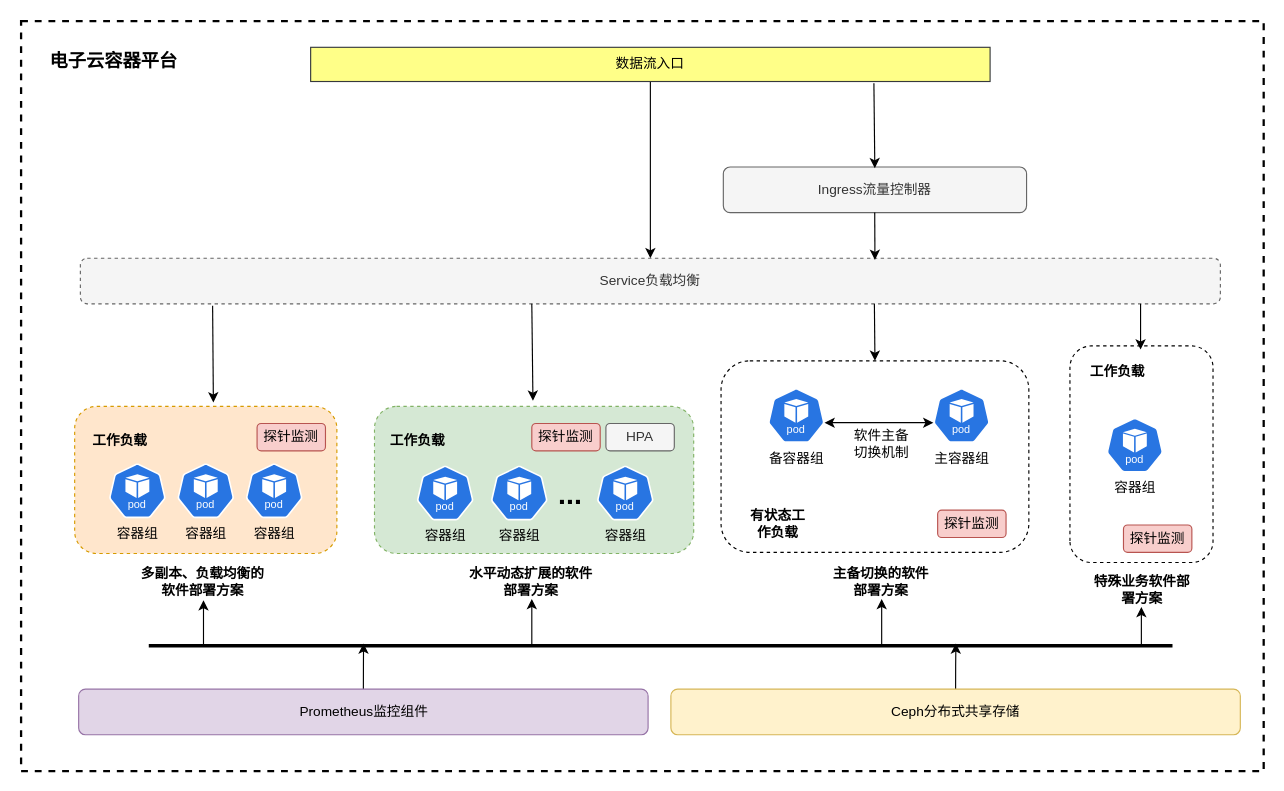
Earlier version of the draw.io diagram page "第 4 页" (4 of 4) of XW项目系统设计部署图.drawio (LingClassmate/diagrams). Source tidied: cells renumbered, new cells numbered last; positions are measured from the earlier drawing's top-left corner, leaving out a move shared by most shapes. Both pictures are drawn from the tidied source at 114%, with x=0, y=0 at pixel (21, 21).
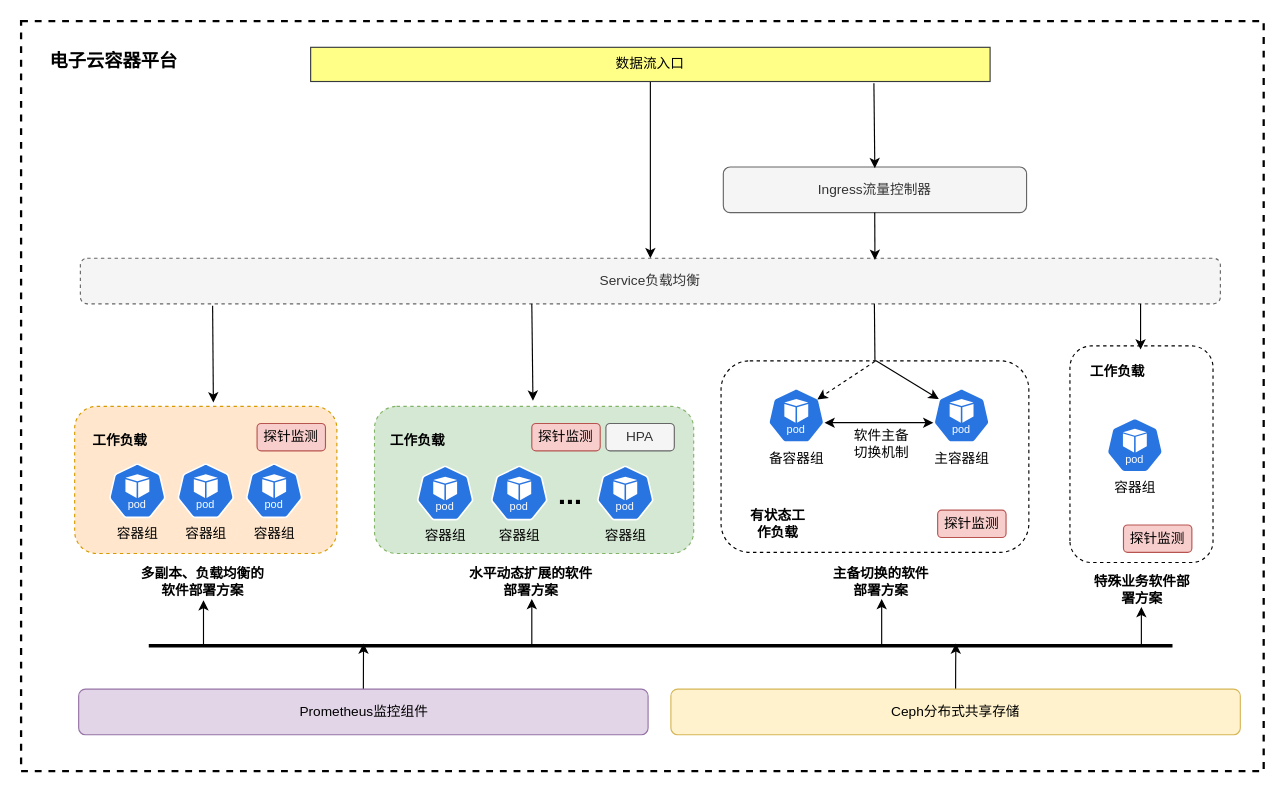
After the change.

Commit message:
更新XW项目系统设计部署图.drawio

The change refers to these unchanged cells:
```xml
<mxCell id="19" style="rounded=1;whiteSpace=wrap;html=1;dashed=1;rotation=0;" parent="1" vertex="1">
  <mxGeometry x="614" y="298" width="270" height="168" as="geometry" />
</mxCell>
<mxCell id="21" value="主容器组" style="sketch=0;html=1;dashed=0;whitespace=wrap;verticalLabelPosition=bottom;verticalAlign=top;fillColor=#2875E2;strokeColor=#ffffff;points=[[0.005,0.63,0],[0.1,0.2,0],[0.9,0.2,0],[0.5,0,0],[0.995,0.63,0],[0.72,0.99,0],[0.5,1,0],[0.28,0.99,0]];shape=mxgraph.kubernetes.icon2;kubernetesLabel=1;prIcon=pod;" parent="1" vertex="1">
  <mxGeometry x="800" y="322" width="50" height="48" as="geometry" />
</mxCell>
<mxCell id="22" value="备容器组" style="sketch=0;html=1;dashed=0;whitespace=wrap;verticalLabelPosition=bottom;verticalAlign=top;fillColor=#2875E2;strokeColor=#ffffff;points=[[0.005,0.63,0],[0.1,0.2,0],[0.9,0.2,0],[0.5,0,0],[0.995,0.63,0],[0.72,0.99,0],[0.5,1,0],[0.28,0.99,0]];shape=mxgraph.kubernetes.icon2;kubernetesLabel=1;prIcon=pod;" parent="1" vertex="1">
  <mxGeometry x="655" y="322" width="50" height="48" as="geometry" />
</mxCell>
```

Diff of the diagram source:
```diff
@@
-    <mxCell id="40" style="endArrow=classic;html=1;rounded=0;exitX=0.116;exitY=1.042;exitDx=0;exitDy=0;exitPerimeter=0;entryX=0.5;entryY=0;entryDx=0;entryDy=0;" parent="1" edge="1" target="19">
+    <mxCell id="40" style="endArrow=none;html=1;rounded=0;exitX=0.116;exitY=1.042;exitDx=0;exitDy=0;exitPerimeter=0;entryX=0.5;entryY=0;entryDx=0;entryDy=0;endFill=0;" parent="1" edge="1" target="19">
       <mxGeometry relative="1" as="geometry">
         <mxPoint x="748.5" y="248" as="sourcePoint" />
       </mxGeometry>
     </mxCell>
@@
+    <mxCell id="52" style="endArrow=classic;html=1;rounded=0;entryX=0.1;entryY=0.2;entryDx=0;entryDy=0;entryPerimeter=0;" parent="1" edge="1" target="21">
+      <mxGeometry relative="1" as="geometry">
+        <mxPoint x="750" y="298" as="sourcePoint" />
+      </mxGeometry>
+    </mxCell>
+    <mxCell id="53" style="endArrow=classic;html=1;rounded=0;entryX=0.869;entryY=0.205;entryDx=0;entryDy=0;entryPerimeter=0;exitX=0.5;exitY=0.003;exitDx=0;exitDy=0;exitPerimeter=0;dashed=1;" parent="1" edge="1" source="19" target="22">
+      <mxGeometry relative="1" as="geometry" />
+    </mxCell>
```
